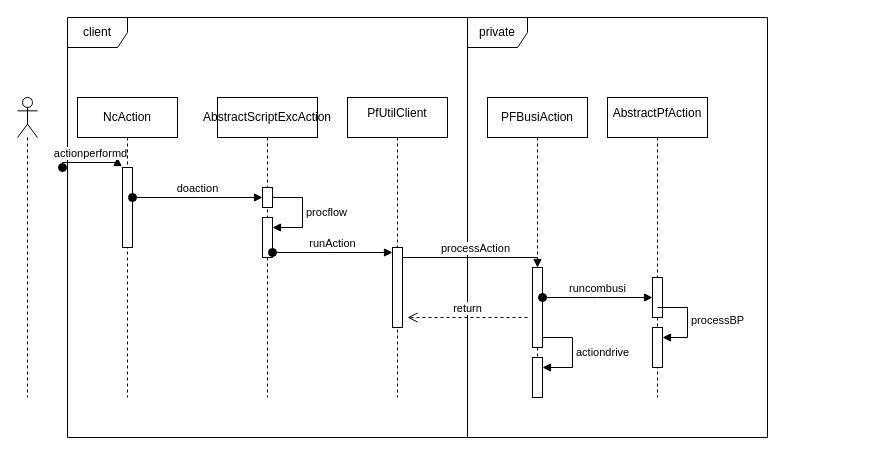
Before: 未命名绘图.drawio in zckyuwang/spring-cloud-master, a draw.io diagram. Source tidied: cells renumbered, new cells numbered last; positions are measured from the earlier drawing's top-left corner, leaving out a move shared by most shapes. Both pictures are drawn from the tidied source at 100%, with x=0, y=0 at pixel (17, 17).
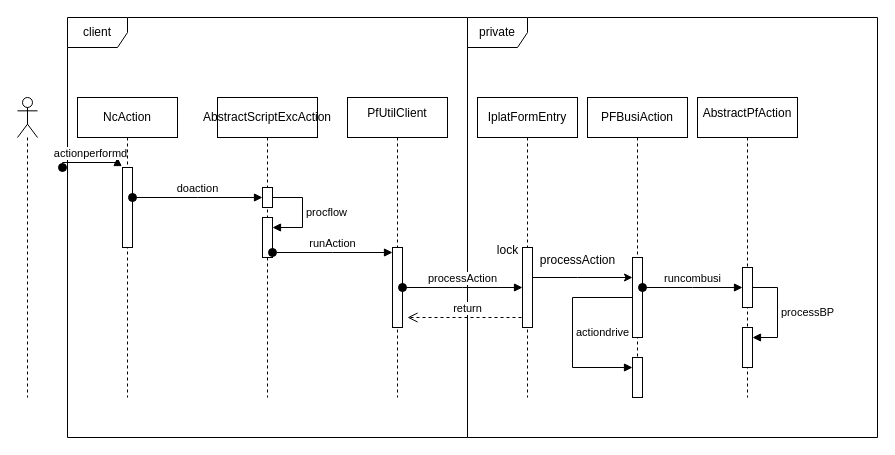
After the change.

Commit message:
更新未命名绘图.drawio

The change refers to these unchanged cells:
```xml
<mxCell id="17" style="html=1;points=[];perimeter=orthogonalPerimeter;outlineConnect=0;targetShapes=umlLifeline;portConstraint=eastwest;newEdgeStyle={&quot;edgeStyle&quot;:&quot;elbowEdgeStyle&quot;,&quot;elbow&quot;:&quot;vertical&quot;,&quot;curved&quot;:0,&quot;rounded&quot;:0};" parent="1" vertex="1">
  <mxGeometry x="375" y="230" width="10" height="80" as="geometry" />
</mxCell>
```

Change to the diagram source:
```diff
@@
     <mxCell id="7" value="&lt;div class=&quot;lake-content&quot;&gt;PFBusiAction&lt;/div&gt;" style="shape=umlLifeline;perimeter=lifelinePerimeter;whiteSpace=wrap;html=1;newEdgeStyle={&quot;edgeStyle&quot;:&quot;elbowEdgeStyle&quot;,&quot;elbow&quot;:&quot;vertical&quot;,&quot;curved&quot;:0,&quot;rounded&quot;:0};" parent="1" vertex="1">
-      <mxGeometry x="470" y="80" width="100" height="300" as="geometry" />
+      <mxGeometry x="570" y="80" width="100" height="300" as="geometry" />
     </mxCell>
     <mxCell id="8" value="&lt;div class=&quot;lake-content&quot;&gt;&lt;p style=&quot;margin: 0; padding: 0; min-height: 24px&quot; class=&quot;ne-p&quot; id=&quot;u379e228c&quot;&gt;AbstractPfAction&lt;/p&gt;&lt;/div&gt;" style="shape=umlLifeline;perimeter=lifelinePerimeter;whiteSpace=wrap;html=1;newEdgeStyle={&quot;edgeStyle&quot;:&quot;elbowEdgeStyle&quot;,&quot;elbow&quot;:&quot;vertical&quot;,&quot;curved&quot;:0,&quot;rounded&quot;:0};" parent="1" vertex="1">
-      <mxGeometry x="590" y="80" width="100" height="300" as="geometry" />
+      <mxGeometry x="680" y="80" width="100" height="300" as="geometry" />
     </mxCell>
@@
     <mxCell id="10" value="private" style="shape=umlFrame;whiteSpace=wrap;html=1;" parent="1" vertex="1">
-      <mxGeometry x="450" width="300" height="420" as="geometry" />
+      <mxGeometry x="450" width="410" height="420" as="geometry" />
     </mxCell>
@@
     <mxCell id="19" style="html=1;points=[];perimeter=orthogonalPerimeter;outlineConnect=0;targetShapes=umlLifeline;portConstraint=eastwest;newEdgeStyle={&quot;edgeStyle&quot;:&quot;elbowEdgeStyle&quot;,&quot;elbow&quot;:&quot;vertical&quot;,&quot;curved&quot;:0,&quot;rounded&quot;:0};" parent="1" vertex="1">
-      <mxGeometry x="515" y="250" width="10" height="80" as="geometry" />
+      <mxGeometry x="615" y="240" width="10" height="80" as="geometry" />
     </mxCell>
-    <mxCell id="20" value="processAction" style="html=1;verticalAlign=bottom;endArrow=block;edgeStyle=elbowEdgeStyle;elbow=vertical;curved=0;rounded=0;" parent="1" edge="1" source="17" target="19">
-      <mxGeometry relative="1" as="geometry">
-        <Array as="points">
-          <mxPoint x="420" y="240" />
-        </Array>
-      </mxGeometry>
-    </mxCell>
     <mxCell id="21" style="html=1;points=[];perimeter=orthogonalPerimeter;outlineConnect=0;targetShapes=umlLifeline;portConstraint=eastwest;newEdgeStyle={&quot;edgeStyle&quot;:&quot;elbowEdgeStyle&quot;,&quot;elbow&quot;:&quot;vertical&quot;,&quot;curved&quot;:0,&quot;rounded&quot;:0};" parent="1" vertex="1">
-      <mxGeometry x="635" y="260" width="10" height="40" as="geometry" />
+      <mxGeometry x="725" y="250" width="10" height="40" as="geometry" />
     </mxCell>
@@
     <mxCell id="23" style="html=1;points=[];perimeter=orthogonalPerimeter;outlineConnect=0;targetShapes=umlLifeline;portConstraint=eastwest;newEdgeStyle={&quot;edgeStyle&quot;:&quot;elbowEdgeStyle&quot;,&quot;elbow&quot;:&quot;vertical&quot;,&quot;curved&quot;:0,&quot;rounded&quot;:0};" parent="1" vertex="1">
-      <mxGeometry x="635" y="310" width="10" height="40" as="geometry" />
+      <mxGeometry x="725" y="310" width="10" height="40" as="geometry" />
     </mxCell>
-    <mxCell id="24" value="processBP" style="html=1;align=left;spacingLeft=2;endArrow=block;rounded=0;edgeStyle=orthogonalEdgeStyle;curved=0;rounded=0;" parent="1" edge="1" target="23">
+    <mxCell id="24" value="processBP" style="html=1;align=left;spacingLeft=2;endArrow=block;rounded=0;edgeStyle=orthogonalEdgeStyle;curved=0;rounded=0;" parent="1" edge="1" source="21" target="23">
       <mxGeometry relative="1" as="geometry">
-        <mxPoint x="640" y="290" as="sourcePoint" />
         <Array as="points">
-          <mxPoint x="670" y="320" />
+          <mxPoint x="760" y="270" />
+          <mxPoint x="760" y="320" />
         </Array>
       </mxGeometry>
     </mxCell>
     <mxCell id="25" style="html=1;points=[];perimeter=orthogonalPerimeter;outlineConnect=0;targetShapes=umlLifeline;portConstraint=eastwest;newEdgeStyle={&quot;edgeStyle&quot;:&quot;elbowEdgeStyle&quot;,&quot;elbow&quot;:&quot;vertical&quot;,&quot;curved&quot;:0,&quot;rounded&quot;:0};" parent="1" vertex="1">
-      <mxGeometry x="515" y="340" width="10" height="40" as="geometry" />
+      <mxGeometry x="615" y="340" width="10" height="40" as="geometry" />
     </mxCell>
-    <mxCell id="26" value="&lt;div class=&quot;lake-content&quot;&gt;actiondrive&lt;/div&gt;" style="html=1;align=left;spacingLeft=2;endArrow=block;rounded=0;edgeStyle=orthogonalEdgeStyle;curved=0;rounded=0;" parent="1" edge="1" target="25">
+    <mxCell id="26" value="&lt;div class=&quot;lake-content&quot;&gt;actiondrive&lt;/div&gt;" style="html=1;align=left;spacingLeft=2;endArrow=block;rounded=0;edgeStyle=orthogonalEdgeStyle;curved=0;rounded=0;" parent="1" edge="1" source="19" target="25">
       <mxGeometry relative="1" as="geometry">
-        <mxPoint x="525" y="320" as="sourcePoint" />
         <Array as="points">
+          <mxPoint x="555" y="280" />
           <mxPoint x="555" y="350" />
         </Array>
       </mxGeometry>
     </mxCell>
@@
+    <mxCell id="28" value="&lt;div class=&quot;lake-content&quot;&gt;IplatFormEntry&lt;/div&gt;" style="shape=umlLifeline;perimeter=lifelinePerimeter;whiteSpace=wrap;html=1;newEdgeStyle={&quot;edgeStyle&quot;:&quot;elbowEdgeStyle&quot;,&quot;elbow&quot;:&quot;vertical&quot;,&quot;curved&quot;:0,&quot;rounded&quot;:0};" parent="1" vertex="1">
+      <mxGeometry x="460" y="80" width="100" height="300" as="geometry" />
+    </mxCell>
+    <mxCell id="29" style="html=1;points=[];perimeter=orthogonalPerimeter;outlineConnect=0;targetShapes=umlLifeline;portConstraint=eastwest;newEdgeStyle={&quot;edgeStyle&quot;:&quot;elbowEdgeStyle&quot;,&quot;elbow&quot;:&quot;vertical&quot;,&quot;curved&quot;:0,&quot;rounded&quot;:0};" parent="28" vertex="1">
+      <mxGeometry x="45" y="150" width="10" height="80" as="geometry" />
+    </mxCell>
+    <mxCell id="30" value="processAction" style="html=1;verticalAlign=bottom;startArrow=oval;endArrow=block;startSize=8;edgeStyle=elbowEdgeStyle;elbow=vertical;curved=0;rounded=0;" parent="1" edge="1" source="17" target="29">
+      <mxGeometry relative="1" as="geometry" />
+    </mxCell>
+    <mxCell id="31" style="edgeStyle=elbowEdgeStyle;rounded=0;jettySize=auto;html=1;elbow=vertical;curved=0;" parent="1" edge="1" source="29" target="19">
+      <mxGeometry relative="1" as="geometry">
+        <Array as="points">
+          <mxPoint x="560" y="260" />
+        </Array>
+      </mxGeometry>
+    </mxCell>
+    <mxCell id="32" value="processAction&lt;br&gt;" style="text;html=1;align=center;verticalAlign=middle;strokeColor=none;fillColor=none;" parent="1" vertex="1">
+      <mxGeometry x="510" y="228" width="100" height="30" as="geometry" />
+    </mxCell>
+    <mxCell id="33" value="lock" style="text;html=1;align=center;verticalAlign=middle;strokeColor=none;fillColor=none;" parent="1" vertex="1">
+      <mxGeometry x="470" y="218" width="40" height="30" as="geometry" />
+    </mxCell>
```
